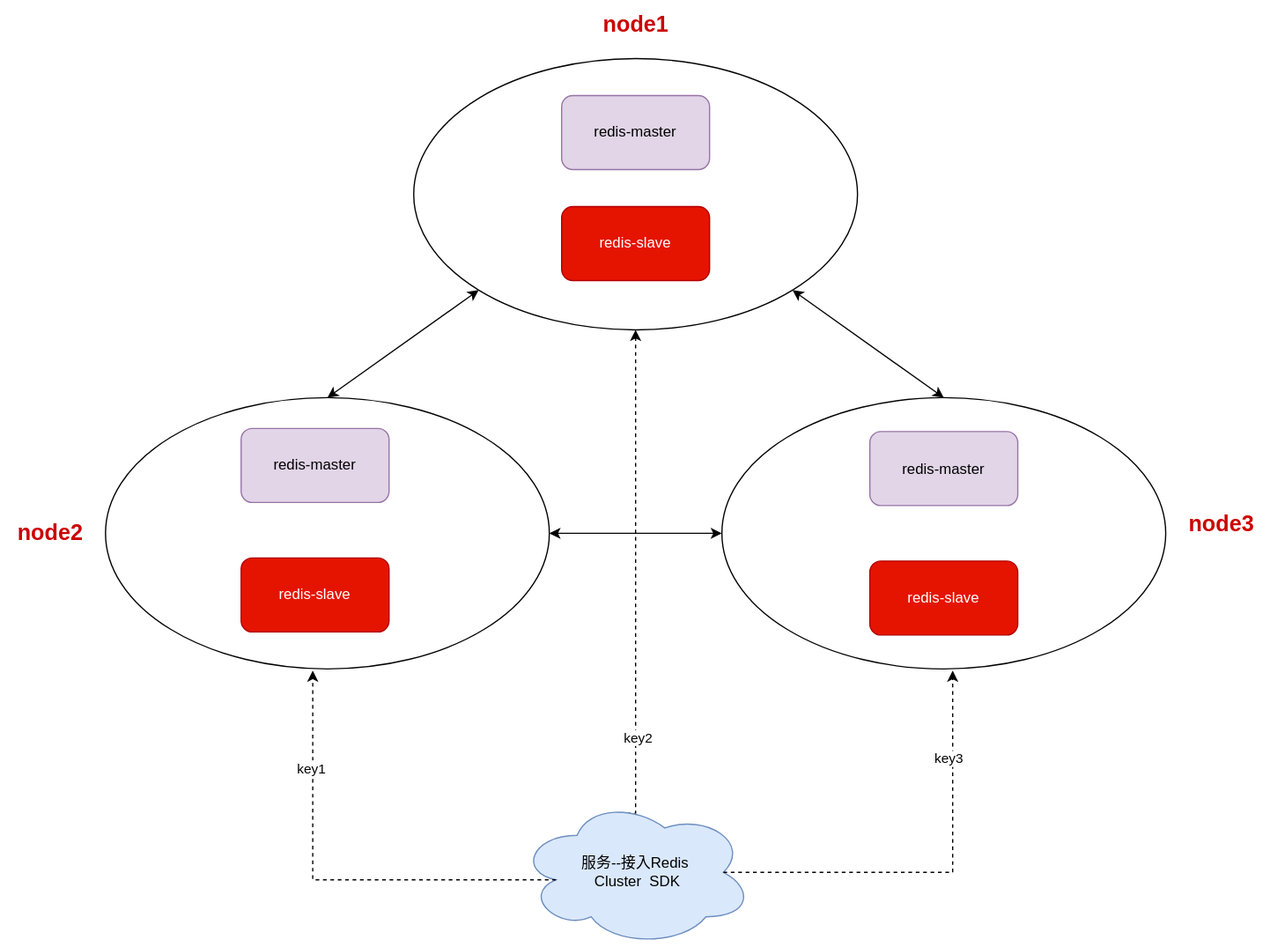
Above: picture/blog/redis/redis-6.svg in LuFudi/LuFudi.github.io (draw.io), before the change. Source tidied: cells renumbered, new cells last; positions are measured from the earlier drawing's top-left corner, leaving out a move shared by most shapes.
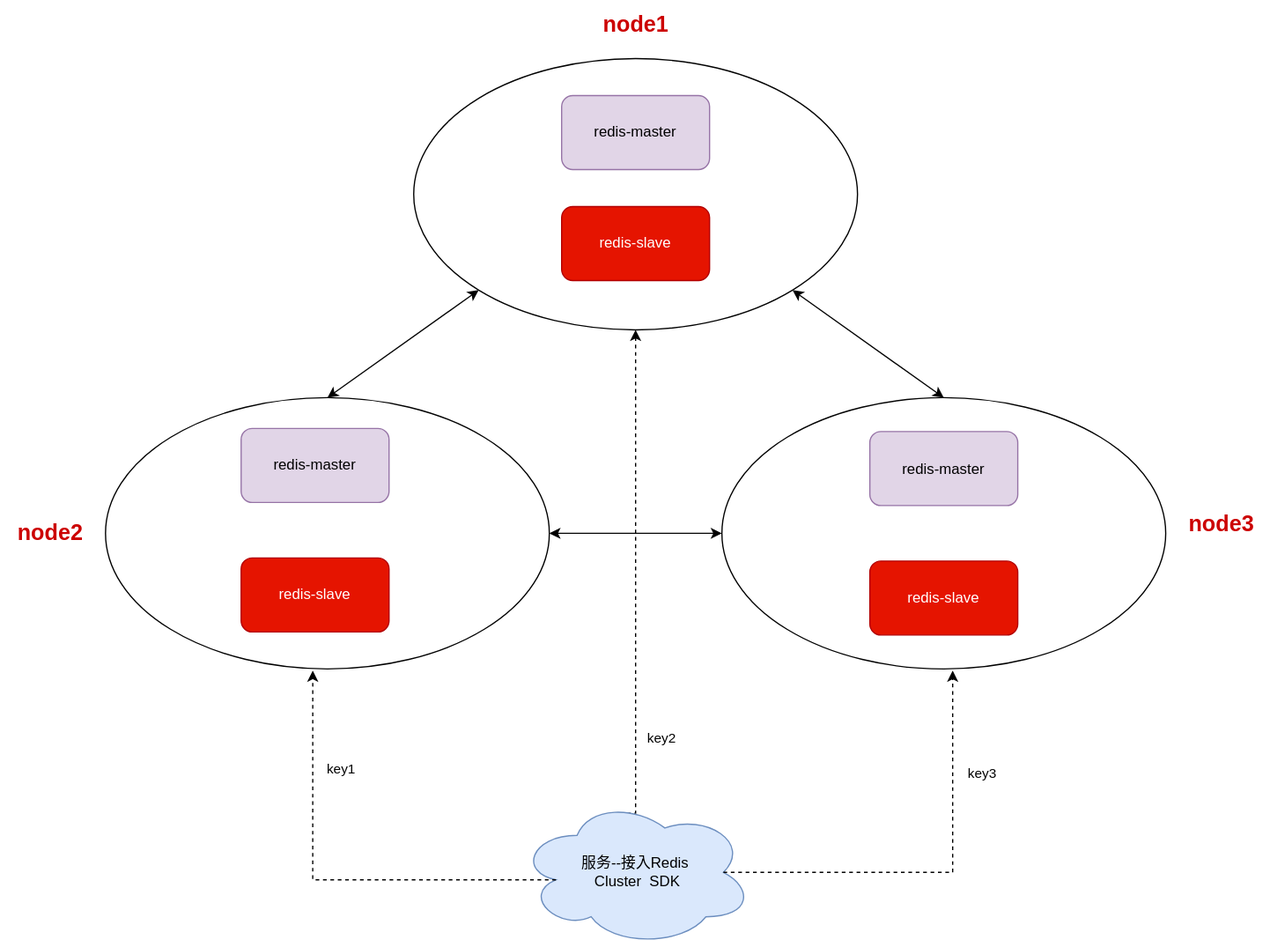
Above is the later version.

Change to the diagram source:
```diff
@@ -9,8 +9,10 @@
         </Array>
       </mxGeometry>
     </mxCell>
-    <mxCell id="3" value="key2" style="edgeLabel;html=1;align=center;verticalAlign=middle;" parent="2" vertex="1">
-      <mxGeometry x="-0.6" y="-1" relative="1" as="geometry" />
+    <mxCell id="3" value="key2" style="edgeLabel;html=1;align=center;verticalAlign=middle;labelBackgroundColor=none;" parent="2" vertex="1">
+      <mxGeometry x="-0.6" y="-1" relative="1" as="geometry">
+        <mxPoint x="19" as="offset" />
+      </mxGeometry>
     </mxCell>
     <mxCell id="4" value="服务--接入Redis&lt;br&gt;&amp;nbsp;Cluster&amp;nbsp; SDK" style="ellipse;shape=cloud;whiteSpace=wrap;html=1;fillColor=#dae8fc;strokeColor=#6c8ebf;" parent="1" vertex="1">
       <mxGeometry x="420" y="647" width="190" height="120" as="geometry" />
@@ -58,8 +60,10 @@
         </Array>
       </mxGeometry>
     </mxCell>
-    <mxCell id="18" value="key3" style="edgeLabel;html=1;align=center;verticalAlign=middle;" parent="17" vertex="1">
-      <mxGeometry x="0.59" y="4" relative="1" as="geometry" />
+    <mxCell id="18" value="key3" style="edgeLabel;html=1;align=center;verticalAlign=middle;labelBackgroundColor=none;" parent="17" vertex="1">
+      <mxGeometry x="0.59" y="4" relative="1" as="geometry">
+        <mxPoint x="27" y="12" as="offset" />
+      </mxGeometry>
     </mxCell>
     <mxCell id="19" style="edgeStyle=orthogonalEdgeStyle;rounded=0;jettySize=auto;html=1;exitX=0.16;exitY=0.55;exitDx=0;exitDy=0;exitPerimeter=0;entryX=0.467;entryY=1.006;entryDx=0;entryDy=0;entryPerimeter=0;dashed=1;" parent="1" edge="1" source="4" target="11">
       <mxGeometry relative="1" as="geometry">
@@ -68,8 +72,10 @@
         </Array>
       </mxGeometry>
     </mxCell>
-    <mxCell id="20" value="key1" style="edgeLabel;html=1;align=center;verticalAlign=middle;" parent="19" vertex="1">
-      <mxGeometry x="0.57" y="2" relative="1" as="geometry" />
+    <mxCell id="20" value="key1" style="edgeLabel;html=1;align=center;verticalAlign=middle;labelBackgroundColor=none;" parent="19" vertex="1">
+      <mxGeometry x="0.57" y="2" relative="1" as="geometry">
+        <mxPoint x="24" as="offset" />
+      </mxGeometry>
     </mxCell>
     <mxCell id="21" value="&lt;b&gt;&lt;font style=&quot;color: rgb(204, 0, 0); font-size: 18px;&quot;&gt;node1&lt;/font&gt;&lt;/b&gt;" style="text;html=1;align=center;verticalAlign=middle;strokeColor=none;fillColor=none;" parent="1" vertex="1">
       <mxGeometry x="475" width="80" height="40" as="geometry" />
```
